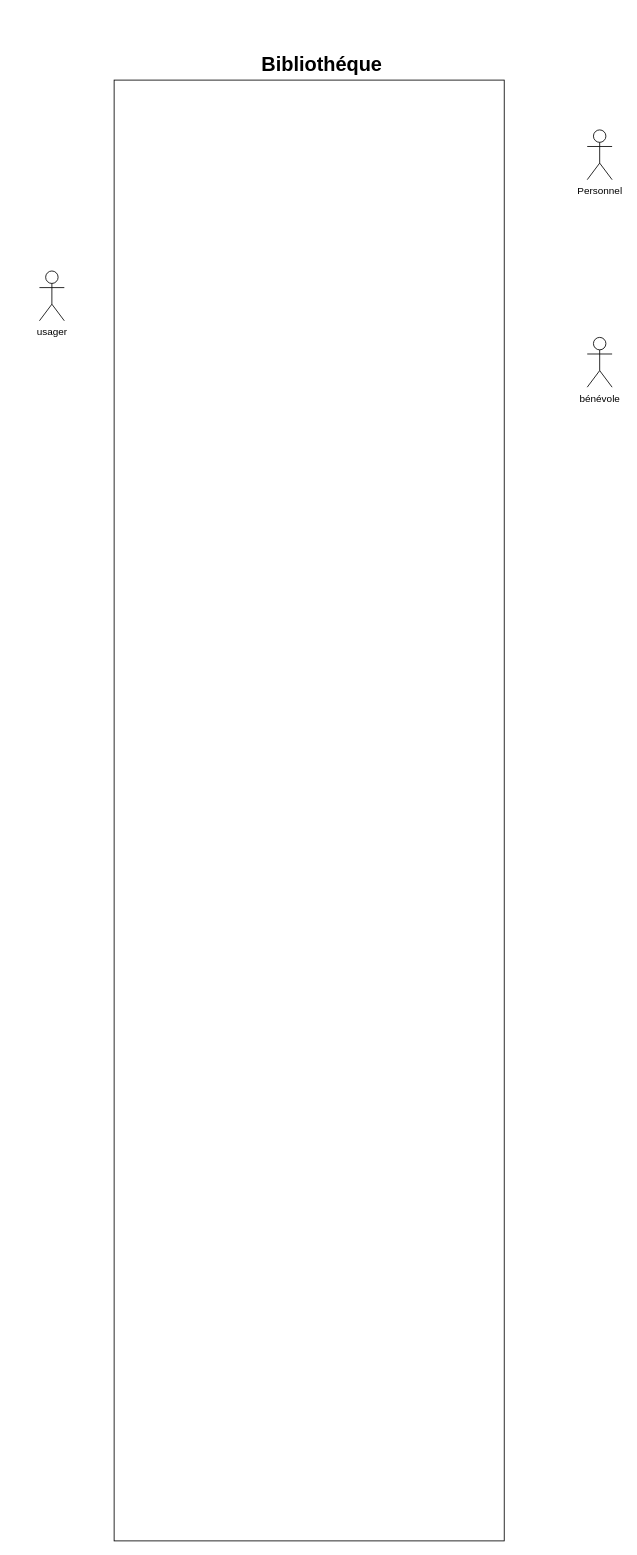
Before: maquetter_une_application/UML_Partie_1/Untitled Diagram.drawio in Rustam0-0/cda, a draw.io diagram. Source tidied: cells renumbered, new cells numbered last; positions are measured from the earlier drawing's top-left corner, leaving out a move shared by most shapes. Both pictures are drawn from the tidied source at 83%, with x=0, y=0 at pixel (39, 56).
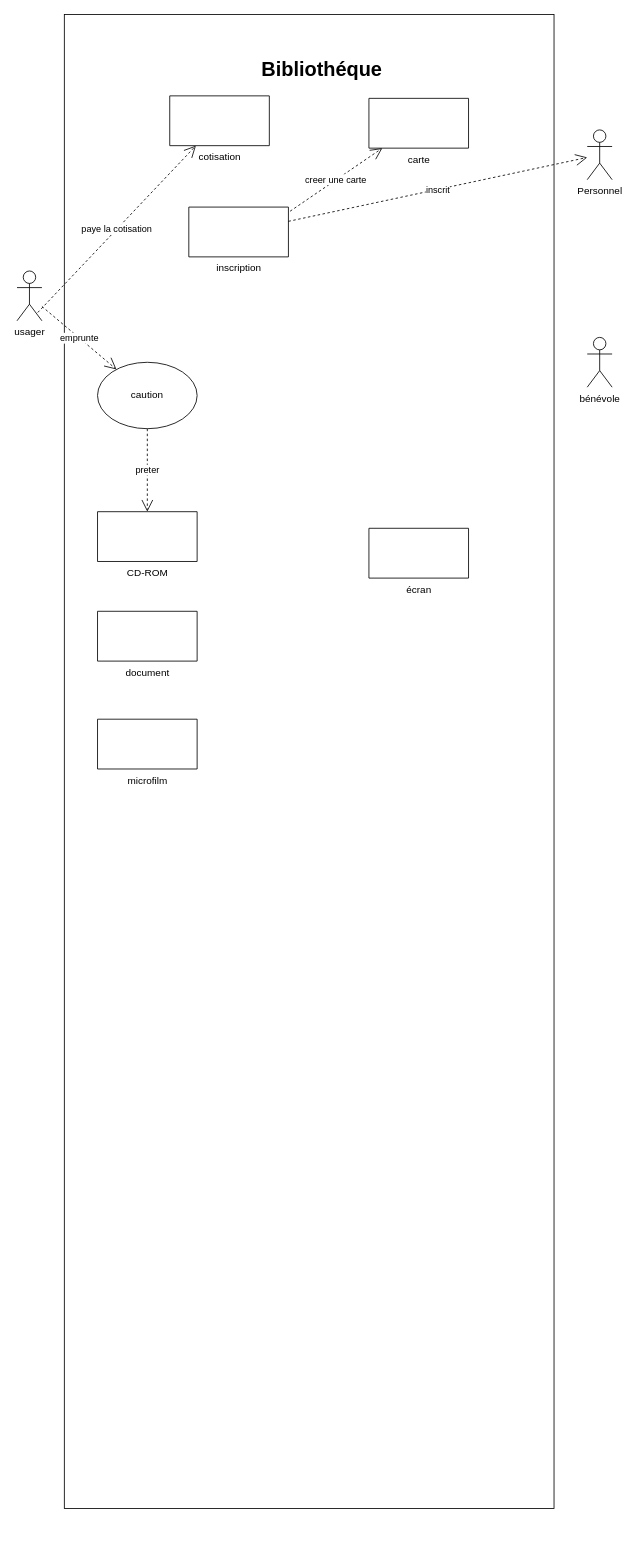
The same diagram, later.

The change refers to these unchanged cells:
```xml
<mxCell id="5" value="Personnel" style="shape=umlActor;verticalLabelPosition=bottom;verticalAlign=top;html=1;" parent="1" vertex="1">
  <mxGeometry x="660" y="88" width="30" height="60" as="geometry" />
</mxCell>
```

Diff of the diagram source:
```diff
@@
     <mxCell id="2" style="rounded=0;whiteSpace=wrap;html=1;direction=south;" parent="1" vertex="1">
-      <mxGeometry x="90" y="28" width="470" height="1760" as="geometry" />
+      <mxGeometry x="30" y="-51" width="590" height="1800" as="geometry" />
     </mxCell>
     <mxCell id="3" value="&lt;font style=&quot;font-size: 24px&quot;&gt;&lt;b&gt;Bibliothéque&lt;/b&gt;&lt;/font&gt;" style="text;html=1;align=center;verticalAlign=middle;strokeColor=none;fillColor=none;" parent="1" vertex="1">
-      <mxGeometry x="260" width="160" height="20" as="geometry" />
+      <mxGeometry x="260" y="6" width="160" height="20" as="geometry" />
     </mxCell>
     <mxCell id="4" value="usager" style="shape=umlActor;verticalLabelPosition=bottom;verticalAlign=top;html=1;outlineConnect=0;" parent="1" vertex="1">
-      <mxGeometry y="258" width="30" height="60" as="geometry" />
+      <mxGeometry x="-27" y="258" width="30" height="60" as="geometry" />
     </mxCell>
@@
+    <mxCell id="7" value="inscription" style="verticalLabelPosition=bottom;verticalAlign=top;html=1;shape=mxgraph.basic.rect;fillColor2=none;strokeWidth=1;size=20;indent=5;shadow=0;" parent="1" vertex="1">
+      <mxGeometry x="180" y="181" width="120" height="60" as="geometry" />
+    </mxCell>
+    <mxCell id="8" value="carte" style="verticalLabelPosition=bottom;verticalAlign=top;html=1;shape=mxgraph.basic.rect;fillColor2=none;strokeWidth=1;size=20;indent=5;shadow=0;" parent="1" vertex="1">
+      <mxGeometry x="397" y="50" width="120" height="60" as="geometry" />
+    </mxCell>
+    <mxCell id="9" value="cotisation" style="verticalLabelPosition=bottom;verticalAlign=top;html=1;shape=mxgraph.basic.rect;fillColor2=none;strokeWidth=1;size=20;indent=5;shadow=0;" parent="1" vertex="1">
+      <mxGeometry x="157" y="47" width="120" height="60" as="geometry" />
+    </mxCell>
+    <mxCell id="10" value="CD-ROM" style="verticalLabelPosition=bottom;verticalAlign=top;html=1;shape=mxgraph.basic.rect;fillColor2=none;strokeWidth=1;size=20;indent=5;shadow=0;" parent="1" vertex="1">
+      <mxGeometry x="70" y="548" width="120" height="60" as="geometry" />
+    </mxCell>
+    <mxCell id="11" value="document" style="verticalLabelPosition=bottom;verticalAlign=top;html=1;shape=mxgraph.basic.rect;fillColor2=none;strokeWidth=1;size=20;indent=5;shadow=0;" parent="1" vertex="1">
+      <mxGeometry x="70" y="668" width="120" height="60" as="geometry" />
+    </mxCell>
+    <mxCell id="12" value="microfilm" style="verticalLabelPosition=bottom;verticalAlign=top;html=1;shape=mxgraph.basic.rect;fillColor2=none;strokeWidth=1;size=20;indent=5;shadow=0;" parent="1" vertex="1">
+      <mxGeometry x="70" y="798" width="120" height="60" as="geometry" />
+    </mxCell>
+    <mxCell id="13" value="écran" style="verticalLabelPosition=bottom;verticalAlign=top;html=1;shape=mxgraph.basic.rect;fillColor2=none;strokeWidth=1;size=20;indent=5;shadow=0;" parent="1" vertex="1">
+      <mxGeometry x="397" y="568" width="120" height="60" as="geometry" />
+    </mxCell>
+    <mxCell id="14" value="inscrit" style="endArrow=open;endSize=12;dashed=1;html=1;rounded=0;" parent="1" edge="1" source="7" target="5">
+      <mxGeometry relative="1" as="geometry" />
+    </mxCell>
+    <mxCell id="15" value="creer une carte" style="endArrow=open;endSize=12;dashed=1;html=1;rounded=0;exitX=1.017;exitY=0.083;exitDx=0;exitDy=0;exitPerimeter=0;" parent="1" edge="1" source="7" target="8">
+      <mxGeometry relative="1" as="geometry" />
+    </mxCell>
+    <mxCell id="16" value="paye la cotisation" style="endArrow=open;endSize=12;dashed=1;html=1;rounded=0;" parent="1" edge="1" target="9">
+      <mxGeometry relative="1" as="geometry">
+        <mxPoint x="-2" y="308" as="sourcePoint" />
+      </mxGeometry>
+    </mxCell>
+    <mxCell id="17" value="emprunte" style="endArrow=open;endSize=12;dashed=1;html=1;rounded=0;" parent="1" edge="1" source="4" target="18">
+      <mxGeometry relative="1" as="geometry" />
+    </mxCell>
+    <mxCell id="18" value="caution" style="ellipse;whiteSpace=wrap;html=1;shadow=0;" parent="1" vertex="1">
+      <mxGeometry x="70" y="368" width="120" height="80" as="geometry" />
+    </mxCell>
+    <mxCell id="19" value="preter" style="endArrow=open;endSize=12;dashed=1;html=1;rounded=0;" parent="1" edge="1" source="18" target="10">
+      <mxGeometry relative="1" as="geometry" />
+    </mxCell>
```
